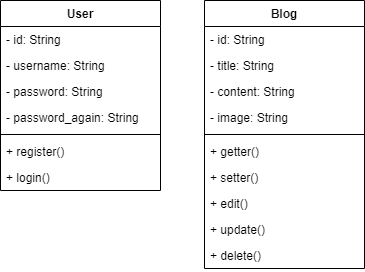
This is class.drawio.png from kittymimi/myspring, a draw.io export, as it was before one commit. Source tidied: cells renumbered, new cells last; positions are measured from the earlier drawing's top-left corner, leaving out a move shared by most shapes.
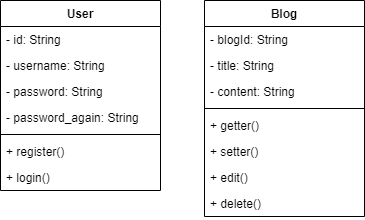
The same diagram one commit later.

What changed in the source:
```diff
@@ -27,9 +27,9 @@
       <mxGeometry y="164" width="160" height="26" as="geometry" />
     </mxCell>
     <mxCell id="10" value="Blog" style="swimlane;fontStyle=1;align=center;verticalAlign=top;horizontal=1;startSize=26;" parent="1" vertex="1">
-      <mxGeometry x="204" width="160" height="268" as="geometry" />
+      <mxGeometry x="204" width="160" height="216" as="geometry" />
     </mxCell>
-    <mxCell id="11" value="- id: String " style="text;strokeColor=none;fillColor=none;align=left;verticalAlign=top;spacingLeft=4;spacingRight=4;overflow=hidden;" parent="10" vertex="1">
+    <mxCell id="11" value="- blogId: String " style="text;strokeColor=none;fillColor=none;align=left;verticalAlign=top;spacingLeft=4;spacingRight=4;overflow=hidden;" parent="10" vertex="1">
       <mxGeometry y="26" width="160" height="26" as="geometry" />
     </mxCell>
     <mxCell id="12" value="- title: String " style="text;strokeColor=none;fillColor=none;align=left;verticalAlign=top;spacingLeft=4;spacingRight=4;overflow=hidden;" parent="10" vertex="1">
@@ -38,26 +38,20 @@
     <mxCell id="13" value="- content: String " style="text;strokeColor=none;fillColor=none;align=left;verticalAlign=top;spacingLeft=4;spacingRight=4;overflow=hidden;" parent="10" vertex="1">
       <mxGeometry y="78" width="160" height="26" as="geometry" />
     </mxCell>
-    <mxCell id="14" value="- image: String " style="text;strokeColor=none;fillColor=none;align=left;verticalAlign=top;spacingLeft=4;spacingRight=4;overflow=hidden;" parent="10" vertex="1">
-      <mxGeometry y="104" width="160" height="26" as="geometry" />
-    </mxCell>
     <mxCell id="15" style="line;strokeWidth=1;fillColor=none;align=left;verticalAlign=middle;spacingTop=-1;spacingLeft=3;spacingRight=3;labelPosition=right;" parent="10" vertex="1">
-      <mxGeometry y="130" width="160" height="8" as="geometry" />
+      <mxGeometry y="104" width="160" height="8" as="geometry" />
     </mxCell>
     <mxCell id="16" value="+ getter()" style="text;strokeColor=none;fillColor=none;align=left;verticalAlign=top;spacingLeft=4;spacingRight=4;overflow=hidden;" parent="10" vertex="1">
-      <mxGeometry y="138" width="160" height="26" as="geometry" />
+      <mxGeometry y="112" width="160" height="26" as="geometry" />
     </mxCell>
     <mxCell id="17" value="+ setter()" style="text;strokeColor=none;fillColor=none;align=left;verticalAlign=top;spacingLeft=4;spacingRight=4;overflow=hidden;" parent="10" vertex="1">
-      <mxGeometry y="164" width="160" height="26" as="geometry" />
+      <mxGeometry y="138" width="160" height="26" as="geometry" />
     </mxCell>
     <mxCell id="18" value="+ edit()" style="text;strokeColor=none;fillColor=none;align=left;verticalAlign=top;spacingLeft=4;spacingRight=4;overflow=hidden;" parent="10" vertex="1">
-      <mxGeometry y="190" width="160" height="26" as="geometry" />
+      <mxGeometry y="164" width="160" height="26" as="geometry" />
     </mxCell>
-    <mxCell id="19" value="+ update()" style="text;strokeColor=none;fillColor=none;align=left;verticalAlign=top;spacingLeft=4;spacingRight=4;overflow=hidden;" parent="10" vertex="1">
-      <mxGeometry y="216" width="160" height="26" as="geometry" />
-    </mxCell>
     <mxCell id="20" value="+ delete()" style="text;strokeColor=none;fillColor=none;align=left;verticalAlign=top;spacingLeft=4;spacingRight=4;overflow=hidden;" parent="10" vertex="1">
-      <mxGeometry y="242" width="160" height="26" as="geometry" />
+      <mxGeometry y="190" width="160" height="26" as="geometry" />
     </mxCell>
   </root>
 </mxGraphModel>
```
